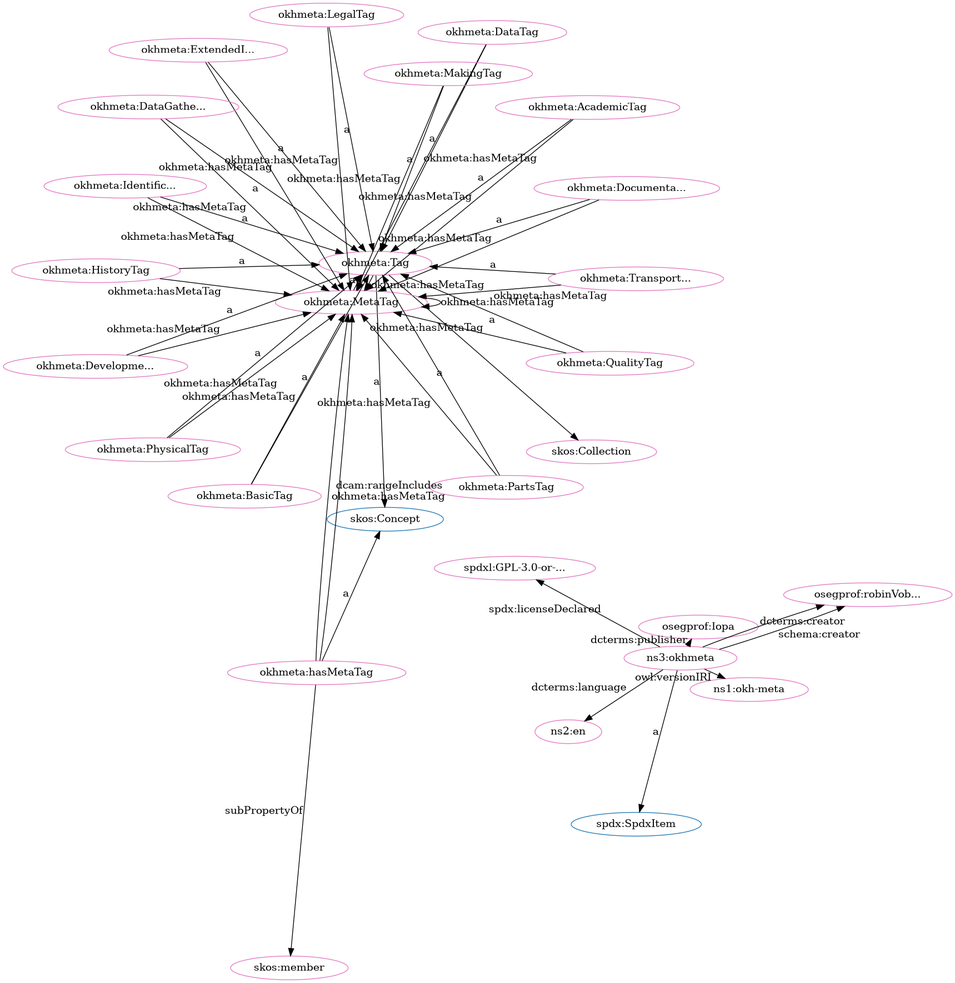
Before: src/spec/fdp_okh-meta-clean.png, a diagram exported from Graphviz (iop-alliance/OpenKnowHow). Its source is kept beside it as src/spec/fdp_okh-meta-clean.dot.
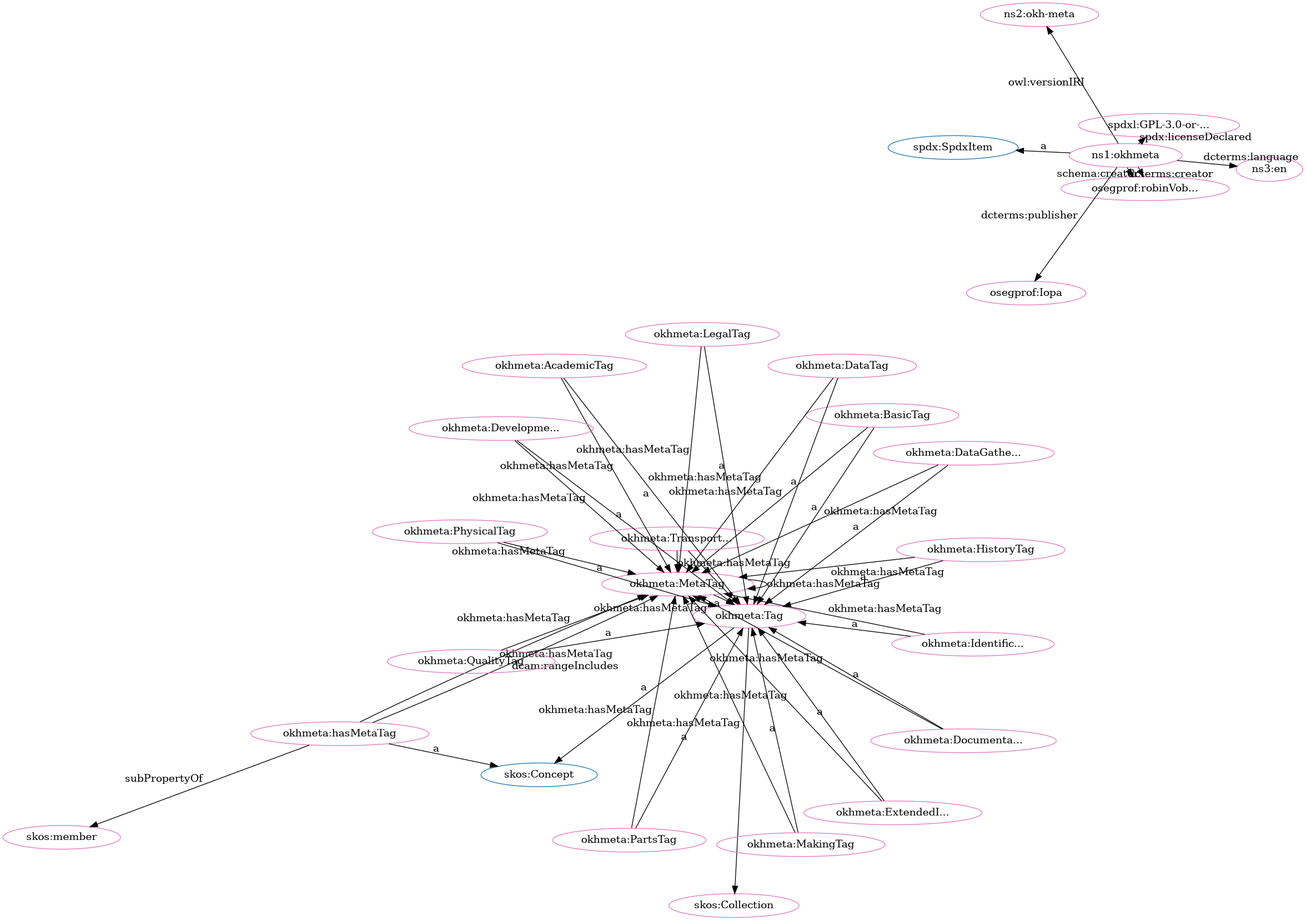
After the commit.

What changed in the source:
```diff
@@ -1,80 +1,80 @@
 digraph G {
   rankdir=BT
   node[height=.3]
-"http://spdx.org/rdf/terms#SpdxItem" [fillcolor="#1f77b4" color="#1f77b4" label="spdx:SpdxItem"]
-"http://www.w3.org/2004/02/skos/core#Collection" [fillcolor="#1f77b4" color="#1f77b4" label="skos:Collection"]
 "http://w3id.org/oseg/ont/okhmeta#Tag" [fillcolor="#1f77b4" color="#1f77b4" label="okhmeta:Tag"]
 "http://www.w3.org/2004/02/skos/core#Concept" [fillcolor="#1f77b4" color="#1f77b4" label="skos:Concept"]
+"http://www.w3.org/2004/02/skos/core#Collection" [fillcolor="#1f77b4" color="#1f77b4" label="skos:Collection"]
+"http://spdx.org/rdf/terms#SpdxItem" [fillcolor="#1f77b4" color="#1f77b4" label="spdx:SpdxItem"]
 "http://w3id.org/oseg/ont/okhmeta#MetaTag" [fillcolor="#e377c2" color="#e377c2" label="okhmeta:MetaTag"]
-"http://w3id.org/oseg/ont/1.1.0/okh-meta" [fillcolor="#e377c2" color="#e377c2" label="ns1:okh-meta"]
+"http://w3id.org/oseg/ont/okhmeta#MakingTag" [fillcolor="#e377c2" color="#e377c2" label="okhmeta:MakingTag"]
+"http://w3id.org/oseg/ont/oseg-profiles#robinVobruba" [fillcolor="#e377c2" color="#e377c2" label="osegprof:robinVob..."]
+"http://w3id.org/oseg/ont/okhmeta#hasMetaTag" [fillcolor="#e377c2" color="#e377c2" label="okhmeta:hasMetaTag"]
+"http://w3id.org/oseg/ont/okhmeta" [fillcolor="#e377c2" color="#e377c2" label="ns1:okhmeta"]
+"http://w3id.org/oseg/ont/okhmeta#PhysicalTag" [fillcolor="#e377c2" color="#e377c2" label="okhmeta:PhysicalTag"]
+"http://w3id.org/oseg/ont/1.1.0/okh-meta" [fillcolor="#e377c2" color="#e377c2" label="ns2:okh-meta"]
+"http://w3id.org/oseg/ont/okhmeta#ExtendedInfoTag" [fillcolor="#e377c2" color="#e377c2" label="okhmeta:ExtendedI..."]
+"http://w3id.org/oseg/ont/okhmeta#QualityTag" [fillcolor="#e377c2" color="#e377c2" label="okhmeta:QualityTag"]
+"http://w3id.org/oseg/ont/okhmeta#IdentificationTag" [fillcolor="#e377c2" color="#e377c2" label="okhmeta:Identific..."]
+"http://w3id.org/oseg/ont/okhmeta#PartsTag" [fillcolor="#e377c2" color="#e377c2" label="okhmeta:PartsTag"]
+"http://www.w3.org/2004/02/skos/core#member" [fillcolor="#e377c2" color="#e377c2" label="skos:member"]
+"http://w3id.org/oseg/ont/okhmeta#DataGatheringTag" [fillcolor="#e377c2" color="#e377c2" label="okhmeta:DataGathe..."]
+"http://w3id.org/oseg/ont/okhmeta#BasicTag" [fillcolor="#e377c2" color="#e377c2" label="okhmeta:BasicTag"]
+"http://w3id.org/oseg/ont/okhmeta#TransportationTag" [fillcolor="#e377c2" color="#e377c2" label="okhmeta:Transport..."]
 "http://w3id.org/oseg/ont/okhmeta#DataTag" [fillcolor="#e377c2" color="#e377c2" label="okhmeta:DataTag"]
-"http://w3id.org/oseg/ont/okhmeta#TransportationTag" [fillcolor="#e377c2" color="#e377c2" label="okhmeta:Transport..."]
+"http://id.loc.gov/vocabulary/iso639-1/en" [fillcolor="#e377c2" color="#e377c2" label="ns3:en"]
+"http://www.w3.org/2004/02/skos/core#Collection" [fillcolor="#e377c2" color="#e377c2" label="skos:Collection"]
+"http://w3id.org/oseg/ont/okhmeta#DocumentationTag" [fillcolor="#e377c2" color="#e377c2" label="okhmeta:Documenta..."]
+"http://spdx.org/licenses/GPL-3.0-or-later" [fillcolor="#e377c2" color="#e377c2" label="spdxl:GPL-3.0-or-..."]
+"http://w3id.org/oseg/ont/okhmeta#LegalTag" [fillcolor="#e377c2" color="#e377c2" label="okhmeta:LegalTag"]
 "http://w3id.org/oseg/ont/okhmeta#Tag" [fillcolor="#e377c2" color="#e377c2" label="okhmeta:Tag"]
-"http://w3id.org/oseg/ont/okhmeta#PartsTag" [fillcolor="#e377c2" color="#e377c2" label="okhmeta:PartsTag"]
-"http://w3id.org/oseg/ont/okhmeta#QualityTag" [fillcolor="#e377c2" color="#e377c2" label="okhmeta:QualityTag"]
-"http://id.loc.gov/vocabulary/iso639-1/en" [fillcolor="#e377c2" color="#e377c2" label="ns2:en"]
-"http://w3id.org/oseg/ont/okhmeta#BasicTag" [fillcolor="#e377c2" color="#e377c2" label="okhmeta:BasicTag"]
-"http://www.w3.org/2004/02/skos/core#member" [fillcolor="#e377c2" color="#e377c2" label="skos:member"]
-"http://w3id.org/oseg/ont/okhmeta#DevelopmentTag" [fillcolor="#e377c2" color="#e377c2" label="okhmeta:Developme..."]
-"http://w3id.org/oseg/ont/okhmeta#IdentificationTag" [fillcolor="#e377c2" color="#e377c2" label="okhmeta:Identific..."]
-"http://spdx.org/licenses/GPL-3.0-or-later" [fillcolor="#e377c2" color="#e377c2" label="spdxl:GPL-3.0-or-..."]
-"http://w3id.org/oseg/ont/oseg-profiles#robinVobruba" [fillcolor="#e377c2" color="#e377c2" label="osegprof:robinVob..."]
-"http://w3id.org/oseg/ont/okhmeta#MakingTag" [fillcolor="#e377c2" color="#e377c2" label="okhmeta:MakingTag"]
-"http://www.w3.org/2004/02/skos/core#Collection" [fillcolor="#e377c2" color="#e377c2" label="skos:Collection"]
-"http://w3id.org/oseg/ont/okhmeta#hasMetaTag" [fillcolor="#e377c2" color="#e377c2" label="okhmeta:hasMetaTag"]
+"http://w3id.org/oseg/ont/okhmeta#HistoryTag" [fillcolor="#e377c2" color="#e377c2" label="okhmeta:HistoryTag"]
 "http://w3id.org/oseg/ont/oseg-profiles#Iopa" [fillcolor="#e377c2" color="#e377c2" label="osegprof:Iopa"]
 "http://w3id.org/oseg/ont/okhmeta#AcademicTag" [fillcolor="#e377c2" color="#e377c2" label="okhmeta:AcademicTag"]
-"http://w3id.org/oseg/ont/okhmeta#HistoryTag" [fillcolor="#e377c2" color="#e377c2" label="okhmeta:HistoryTag"]
-"http://w3id.org/oseg/ont/okhmeta" [fillcolor="#e377c2" color="#e377c2" label="ns3:okhmeta"]
-"http://w3id.org/oseg/ont/okhmeta#PhysicalTag" [fillcolor="#e377c2" color="#e377c2" label="okhmeta:PhysicalTag"]
-"http://w3id.org/oseg/ont/okhmeta#DocumentationTag" [fillcolor="#e377c2" color="#e377c2" label="okhmeta:Documenta..."]
-"http://w3id.org/oseg/ont/okhmeta#LegalTag" [fillcolor="#e377c2" color="#e377c2" label="okhmeta:LegalTag"]
-"http://w3id.org/oseg/ont/okhmeta#ExtendedInfoTag" [fillcolor="#e377c2" color="#e377c2" label="okhmeta:ExtendedI..."]
-"http://w3id.org/oseg/ont/okhmeta#DataGatheringTag" [fillcolor="#e377c2" color="#e377c2" label="okhmeta:DataGathe..."]
+"http://w3id.org/oseg/ont/okhmeta#DevelopmentTag" [fillcolor="#e377c2" color="#e377c2" label="okhmeta:Developme..."]
+  "http://w3id.org/oseg/ont/okhmeta#MakingTag" -> "http://w3id.org/oseg/ont/okhmeta#MetaTag" [label="okhmeta:hasMetaTag"]
+  "http://w3id.org/oseg/ont/okhmeta#MakingTag" -> "http://w3id.org/oseg/ont/okhmeta#Tag" [label="a"]
+  "http://w3id.org/oseg/ont/okhmeta" -> "http://w3id.org/oseg/ont/oseg-profiles#robinVobruba" [label="schema:creator"]
+  "http://w3id.org/oseg/ont/okhmeta#PhysicalTag" -> "http://w3id.org/oseg/ont/okhmeta#Tag" [label="a"]
   "http://w3id.org/oseg/ont/okhmeta" -> "http://w3id.org/oseg/ont/1.1.0/okh-meta" [label="owl:versionIRI"]
+  "http://w3id.org/oseg/ont/okhmeta#IdentificationTag" -> "http://w3id.org/oseg/ont/okhmeta#Tag" [label="a"]
+  "http://w3id.org/oseg/ont/okhmeta#MetaTag" -> "http://w3id.org/oseg/ont/okhmeta#Tag" [label="a"]
+  "http://w3id.org/oseg/ont/okhmeta#BasicTag" -> "http://w3id.org/oseg/ont/okhmeta#Tag" [label="a"]
+  "http://w3id.org/oseg/ont/okhmeta#TransportationTag" -> "http://w3id.org/oseg/ont/okhmeta#MetaTag" [label="okhmeta:hasMetaTag"]
+  "http://w3id.org/oseg/ont/okhmeta#TransportationTag" -> "http://w3id.org/oseg/ont/okhmeta#Tag" [label="a"]
+  "http://w3id.org/oseg/ont/okhmeta" -> "http://w3id.org/oseg/ont/oseg-profiles#robinVobruba" [label="dcterms:creator"]
+  "http://w3id.org/oseg/ont/okhmeta" -> "http://id.loc.gov/vocabulary/iso639-1/en" [label="dcterms:language"]
+  "http://w3id.org/oseg/ont/okhmeta#hasMetaTag" -> "http://www.w3.org/2004/02/skos/core#Concept" [label="a"]
+  "http://w3id.org/oseg/ont/okhmeta#Tag" -> "http://www.w3.org/2004/02/skos/core#Collection" [label=""]
+  "http://w3id.org/oseg/ont/okhmeta#PhysicalTag" -> "http://w3id.org/oseg/ont/okhmeta#MetaTag" [label="okhmeta:hasMetaTag"]
+  "http://w3id.org/oseg/ont/okhmeta#Tag" -> "http://w3id.org/oseg/ont/okhmeta#MetaTag" [label="okhmeta:hasMetaTag"]
+  "http://w3id.org/oseg/ont/okhmeta#IdentificationTag" -> "http://w3id.org/oseg/ont/okhmeta#MetaTag" [label="okhmeta:hasMetaTag"]
+  "http://w3id.org/oseg/ont/okhmeta#HistoryTag" -> "http://w3id.org/oseg/ont/okhmeta#Tag" [label="a"]
+  "http://w3id.org/oseg/ont/okhmeta" -> "http://w3id.org/oseg/ont/oseg-profiles#Iopa" [label="dcterms:publisher"]
+  "http://w3id.org/oseg/ont/okhmeta#MetaTag" -> "http://w3id.org/oseg/ont/okhmeta#MetaTag" [label="okhmeta:hasMetaTag"]
+  "http://w3id.org/oseg/ont/okhmeta#AcademicTag" -> "http://w3id.org/oseg/ont/okhmeta#Tag" [label="a"]
+  "http://w3id.org/oseg/ont/okhmeta#DevelopmentTag" -> "http://w3id.org/oseg/ont/okhmeta#Tag" [label="a"]
+  "http://w3id.org/oseg/ont/okhmeta#BasicTag" -> "http://w3id.org/oseg/ont/okhmeta#MetaTag" [label="okhmeta:hasMetaTag"]
+  "http://w3id.org/oseg/ont/okhmeta#ExtendedInfoTag" -> "http://w3id.org/oseg/ont/okhmeta#MetaTag" [label="okhmeta:hasMetaTag"]
+  "http://w3id.org/oseg/ont/okhmeta#ExtendedInfoTag" -> "http://w3id.org/oseg/ont/okhmeta#Tag" [label="a"]
+  "http://w3id.org/oseg/ont/okhmeta#QualityTag" -> "http://w3id.org/oseg/ont/okhmeta#Tag" [label="a"]
+  "http://w3id.org/oseg/ont/okhmeta#PartsTag" -> "http://w3id.org/oseg/ont/okhmeta#MetaTag" [label="okhmeta:hasMetaTag"]
+  "http://w3id.org/oseg/ont/okhmeta#PartsTag" -> "http://w3id.org/oseg/ont/okhmeta#Tag" [label="a"]
+  "http://w3id.org/oseg/ont/okhmeta#DevelopmentTag" -> "http://w3id.org/oseg/ont/okhmeta#MetaTag" [label="okhmeta:hasMetaTag"]
+  "http://w3id.org/oseg/ont/okhmeta#DataGatheringTag" -> "http://w3id.org/oseg/ont/okhmeta#MetaTag" [label="okhmeta:hasMetaTag"]
+  "http://w3id.org/oseg/ont/okhmeta#hasMetaTag" -> "http://www.w3.org/2004/02/skos/core#member" [label="subPropertyOf"]
+  "http://w3id.org/oseg/ont/okhmeta#DataGatheringTag" -> "http://w3id.org/oseg/ont/okhmeta#Tag" [label="a"]
+  "http://w3id.org/oseg/ont/okhmeta#AcademicTag" -> "http://w3id.org/oseg/ont/okhmeta#MetaTag" [label="okhmeta:hasMetaTag"]
   "http://w3id.org/oseg/ont/okhmeta#DataTag" -> "http://w3id.org/oseg/ont/okhmeta#Tag" [label="a"]
-  "http://w3id.org/oseg/ont/okhmeta#TransportationTag" -> "http://w3id.org/oseg/ont/okhmeta#Tag" [label="a"]
-  "http://w3id.org/oseg/ont/okhmeta#PartsTag" -> "http://w3id.org/oseg/ont/okhmeta#Tag" [label="a"]
+  "http://w3id.org/oseg/ont/okhmeta#hasMetaTag" -> "http://w3id.org/oseg/ont/okhmeta#MetaTag" [label="okhmeta:hasMetaTag"]
+  "http://w3id.org/oseg/ont/okhmeta#DocumentationTag" -> "http://w3id.org/oseg/ont/okhmeta#MetaTag" [label="okhmeta:hasMetaTag"]
+  "http://w3id.org/oseg/ont/okhmeta#DocumentationTag" -> "http://w3id.org/oseg/ont/okhmeta#Tag" [label="a"]
+  "http://w3id.org/oseg/ont/okhmeta" -> "http://spdx.org/licenses/GPL-3.0-or-later" [label="spdx:licenseDeclared"]
   "http://w3id.org/oseg/ont/okhmeta#LegalTag" -> "http://w3id.org/oseg/ont/okhmeta#MetaTag" [label="okhmeta:hasMetaTag"]
-  "http://w3id.org/oseg/ont/okhmeta#QualityTag" -> "http://w3id.org/oseg/ont/okhmeta#Tag" [label="a"]
-  "http://w3id.org/oseg/ont/okhmeta#ExtendedInfoTag" -> "http://w3id.org/oseg/ont/okhmeta#MetaTag" [label="okhmeta:hasMetaTag"]
-  "http://w3id.org/oseg/ont/okhmeta#BasicTag" -> "http://w3id.org/oseg/ont/okhmeta#Tag" [label="a"]
-  "http://w3id.org/oseg/ont/okhmeta#IdentificationTag" -> "http://w3id.org/oseg/ont/okhmeta#MetaTag" [label="okhmeta:hasMetaTag"]
-  "http://w3id.org/oseg/ont/okhmeta#DataGatheringTag" -> "http://w3id.org/oseg/ont/okhmeta#MetaTag" [label="okhmeta:hasMetaTag"]
-  "http://w3id.org/oseg/ont/okhmeta#DevelopmentTag" -> "http://w3id.org/oseg/ont/okhmeta#Tag" [label="a"]
-  "http://w3id.org/oseg/ont/okhmeta" -> "http://spdx.org/licenses/GPL-3.0-or-later" [label="spdx:licenseDeclared"]
-  "http://w3id.org/oseg/ont/okhmeta#hasMetaTag" -> "http://w3id.org/oseg/ont/okhmeta#MetaTag" [label="okhmeta:hasMetaTag"]
+  "http://w3id.org/oseg/ont/okhmeta#LegalTag" -> "http://w3id.org/oseg/ont/okhmeta#Tag" [label="a"]
+  "http://w3id.org/oseg/ont/okhmeta#Tag" -> "http://www.w3.org/2004/02/skos/core#Concept" [label="a"]
   "http://w3id.org/oseg/ont/okhmeta#hasMetaTag" -> "http://w3id.org/oseg/ont/okhmeta#MetaTag" [label="dcam:rangeIncludes"]
-  "http://w3id.org/oseg/ont/okhmeta" -> "http://w3id.org/oseg/ont/oseg-profiles#Iopa" [label="dcterms:publisher"]
-  "http://w3id.org/oseg/ont/okhmeta#AcademicTag" -> "http://w3id.org/oseg/ont/okhmeta#Tag" [label="a"]
-  "http://w3id.org/oseg/ont/okhmeta#MetaTag" -> "http://w3id.org/oseg/ont/okhmeta#Tag" [label="a"]
-  "http://w3id.org/oseg/ont/okhmeta#LegalTag" -> "http://w3id.org/oseg/ont/okhmeta#Tag" [label="a"]
-  "http://w3id.org/oseg/ont/okhmeta#MakingTag" -> "http://w3id.org/oseg/ont/okhmeta#MetaTag" [label="okhmeta:hasMetaTag"]
-  "http://w3id.org/oseg/ont/okhmeta#ExtendedInfoTag" -> "http://w3id.org/oseg/ont/okhmeta#Tag" [label="a"]
+  "http://w3id.org/oseg/ont/okhmeta#QualityTag" -> "http://w3id.org/oseg/ont/okhmeta#MetaTag" [label="okhmeta:hasMetaTag"]
   "http://w3id.org/oseg/ont/okhmeta#HistoryTag" -> "http://w3id.org/oseg/ont/okhmeta#MetaTag" [label="okhmeta:hasMetaTag"]
-  "http://w3id.org/oseg/ont/okhmeta#DataGatheringTag" -> "http://w3id.org/oseg/ont/okhmeta#Tag" [label="a"]
-  "http://w3id.org/oseg/ont/okhmeta#PhysicalTag" -> "http://w3id.org/oseg/ont/okhmeta#MetaTag" [label="okhmeta:hasMetaTag"]
-  "http://w3id.org/oseg/ont/okhmeta#DocumentationTag" -> "http://w3id.org/oseg/ont/okhmeta#MetaTag" [label="okhmeta:hasMetaTag"]
-  "http://w3id.org/oseg/ont/okhmeta#MetaTag" -> "http://w3id.org/oseg/ont/okhmeta#MetaTag" [label="okhmeta:hasMetaTag"]
+  "http://w3id.org/oseg/ont/okhmeta" -> "http://spdx.org/rdf/terms#SpdxItem" [label="a"]
   "http://w3id.org/oseg/ont/okhmeta#DataTag" -> "http://w3id.org/oseg/ont/okhmeta#MetaTag" [label="okhmeta:hasMetaTag"]
-  "http://w3id.org/oseg/ont/okhmeta#Tag" -> "http://www.w3.org/2004/02/skos/core#Concept" [label="a"]
-  "http://w3id.org/oseg/ont/okhmeta" -> "http://id.loc.gov/vocabulary/iso639-1/en" [label="dcterms:language"]
-  "http://w3id.org/oseg/ont/okhmeta#DevelopmentTag" -> "http://w3id.org/oseg/ont/okhmeta#MetaTag" [label="okhmeta:hasMetaTag"]
-  "http://w3id.org/oseg/ont/okhmeta#hasMetaTag" -> "http://www.w3.org/2004/02/skos/core#member" [label="subPropertyOf"]
-  "http://w3id.org/oseg/ont/okhmeta#IdentificationTag" -> "http://w3id.org/oseg/ont/okhmeta#Tag" [label="a"]
-  "http://w3id.org/oseg/ont/okhmeta" -> "http://w3id.org/oseg/ont/oseg-profiles#robinVobruba" [label="dcterms:creator"]
-  "http://w3id.org/oseg/ont/okhmeta#MakingTag" -> "http://w3id.org/oseg/ont/okhmeta#Tag" [label="a"]
-  "http://w3id.org/oseg/ont/okhmeta#Tag" -> "http://www.w3.org/2004/02/skos/core#Collection" [label=""]
-  "http://w3id.org/oseg/ont/okhmeta#TransportationTag" -> "http://w3id.org/oseg/ont/okhmeta#MetaTag" [label="okhmeta:hasMetaTag"]
-  "http://w3id.org/oseg/ont/okhmeta#PartsTag" -> "http://w3id.org/oseg/ont/okhmeta#MetaTag" [label="okhmeta:hasMetaTag"]
-  "http://w3id.org/oseg/ont/okhmeta#HistoryTag" -> "http://w3id.org/oseg/ont/okhmeta#Tag" [label="a"]
-  "http://w3id.org/oseg/ont/okhmeta#PhysicalTag" -> "http://w3id.org/oseg/ont/okhmeta#Tag" [label="a"]
-  "http://w3id.org/oseg/ont/okhmeta#QualityTag" -> "http://w3id.org/oseg/ont/okhmeta#MetaTag" [label="okhmeta:hasMetaTag"]
-  "http://w3id.org/oseg/ont/okhmeta#DocumentationTag" -> "http://w3id.org/oseg/ont/okhmeta#Tag" [label="a"]
-  "http://w3id.org/oseg/ont/okhmeta#BasicTag" -> "http://w3id.org/oseg/ont/okhmeta#MetaTag" [label="okhmeta:hasMetaTag"]
-  "http://w3id.org/oseg/ont/okhmeta#Tag" -> "http://w3id.org/oseg/ont/okhmeta#MetaTag" [label="okhmeta:hasMetaTag"]
-  "http://w3id.org/oseg/ont/okhmeta" -> "http://w3id.org/oseg/ont/oseg-profiles#robinVobruba" [label="schema:creator"]
-  "http://w3id.org/oseg/ont/okhmeta#hasMetaTag" -> "http://www.w3.org/2004/02/skos/core#Concept" [label="a"]
-  "http://w3id.org/oseg/ont/okhmeta#AcademicTag" -> "http://w3id.org/oseg/ont/okhmeta#MetaTag" [label="okhmeta:hasMetaTag"]
-  "http://w3id.org/oseg/ont/okhmeta" -> "http://spdx.org/rdf/terms#SpdxItem" [label="a"]
 }
```
